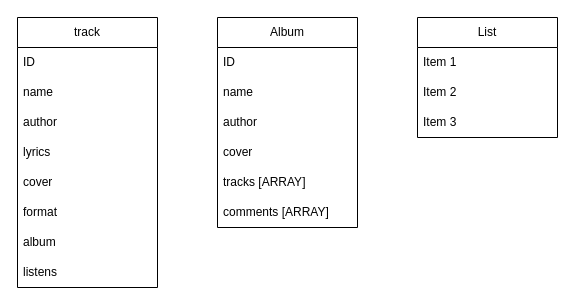
zashita/abarona-music keeps this draw.io diagram as database diagram/database diagram.drawio. Above is the earlier version. Source tidied: cells renumbered, new cells numbered last; positions are measured from the earlier drawing's top-left corner, leaving out a move shared by most shapes. Both pictures are drawn from the tidied source at 100%, with x=0, y=0 at pixel (17, 17).
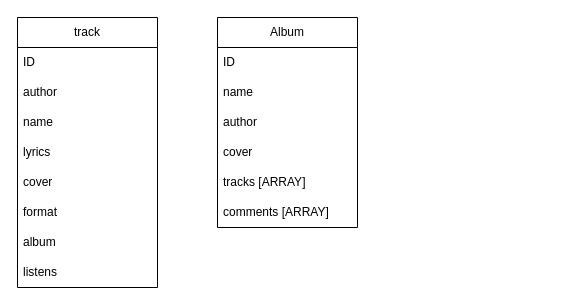
Above is the later version.

Commit message (it also covers changes not shown here):
db schemas for tracks and albums

Unchanged cells that the change refers to:
```xml
<mxCell id="2" value="track" style="swimlane;fontStyle=0;horizontal=1;startSize=30;whiteSpace=wrap;html=1;" parent="1" vertex="1">
  <mxGeometry width="140" height="270" as="geometry" />
</mxCell>
```

Diff of the diagram source:
```diff
@@
+    <mxCell id="5" value="author" style="text;strokeColor=none;fillColor=none;align=left;verticalAlign=middle;spacingLeft=4;spacingRight=4;overflow=hidden;whiteSpace=wrap;html=1;" parent="2" vertex="1">
+      <mxGeometry y="60" width="140" height="30" as="geometry" />
+    </mxCell>
     <mxCell id="4" value="name" style="text;strokeColor=none;fillColor=none;align=left;verticalAlign=middle;spacingLeft=4;spacingRight=4;overflow=hidden;whiteSpace=wrap;html=1;" parent="2" vertex="1">
-      <mxGeometry y="60" width="140" height="30" as="geometry" />
+      <mxGeometry y="90" width="140" height="30" as="geometry" />
     </mxCell>
-    <mxCell id="5" value="author" style="text;strokeColor=none;fillColor=none;align=left;verticalAlign=middle;spacingLeft=4;spacingRight=4;overflow=hidden;whiteSpace=wrap;html=1;" parent="2" vertex="1">
-      <mxGeometry y="90" width="140" height="30" as="geometry" />
-    </mxCell>
@@
-    <mxCell id="18" value="List" style="swimlane;fontStyle=0;horizontal=1;startSize=30;whiteSpace=wrap;html=1;" parent="1" vertex="1">
-      <mxGeometry x="400" width="140" height="120" as="geometry" />
-    </mxCell>
-    <mxCell id="19" value="Item 1" style="text;strokeColor=none;fillColor=none;align=left;verticalAlign=middle;spacingLeft=4;spacingRight=4;overflow=hidden;whiteSpace=wrap;html=1;" parent="18" vertex="1">
-      <mxGeometry y="30" width="140" height="30" as="geometry" />
-    </mxCell>
-    <mxCell id="20" value="Item 2" style="text;strokeColor=none;fillColor=none;align=left;verticalAlign=middle;spacingLeft=4;spacingRight=4;overflow=hidden;whiteSpace=wrap;html=1;" parent="18" vertex="1">
-      <mxGeometry y="60" width="140" height="30" as="geometry" />
-    </mxCell>
-    <mxCell id="21" value="Item 3" style="text;strokeColor=none;fillColor=none;align=left;verticalAlign=middle;spacingLeft=4;spacingRight=4;overflow=hidden;whiteSpace=wrap;html=1;" parent="18" vertex="1">
-      <mxGeometry y="90" width="140" height="30" as="geometry" />
-    </mxCell>
```
